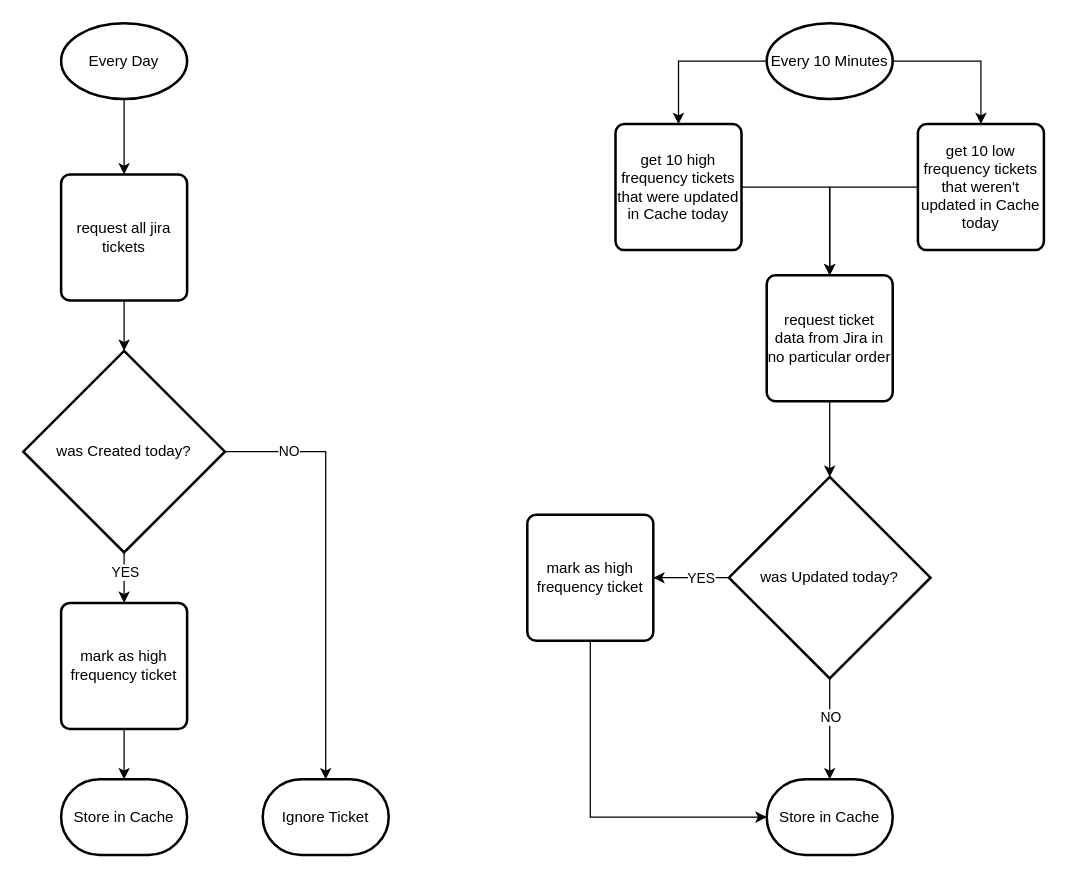
Skadisson/petrus keeps this draw.io diagram as src/JiraSync.drawio. Above is the earlier version. Source tidied: cells renumbered, new cells numbered last; positions are measured from the earlier drawing's top-left corner, leaving out a move shared by most shapes. Both pictures are drawn from the tidied source at 126%, with x=0, y=0 at pixel (23, 23).
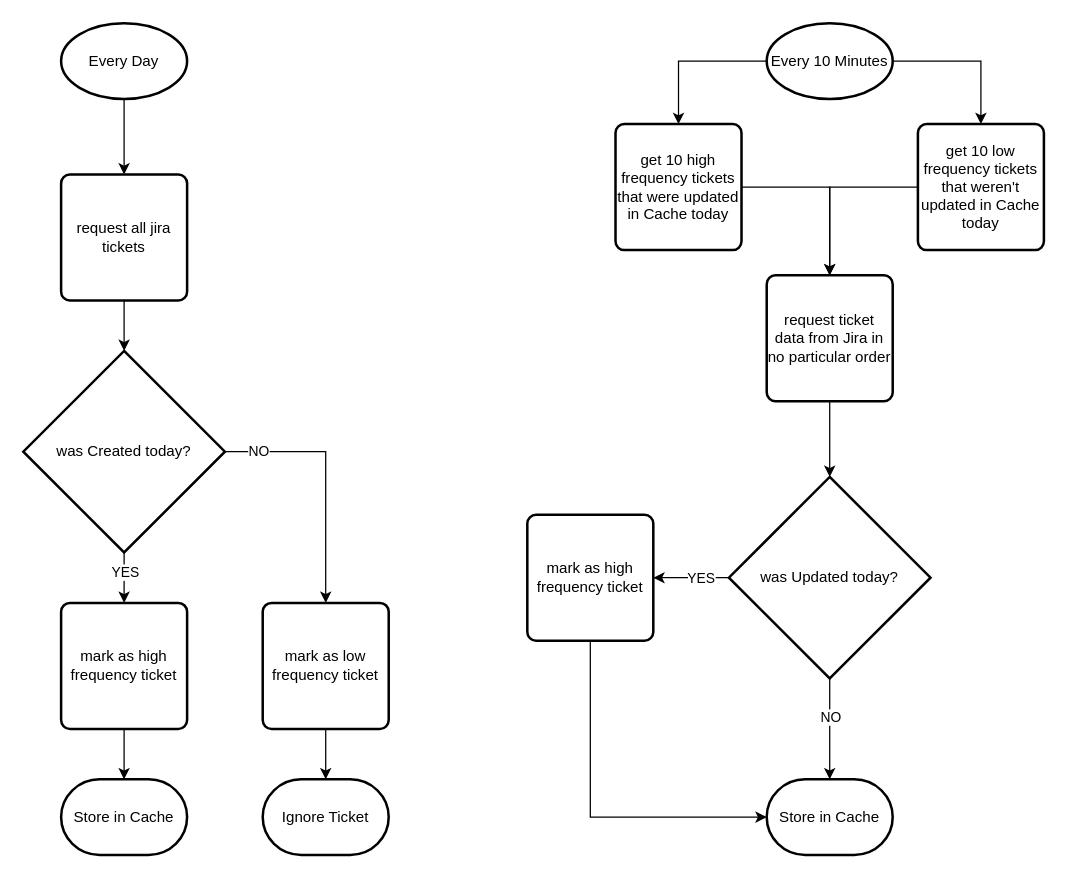
The same diagram, later.

Commit message (it also covers changes not shown here):
issues/52 - daily sync bugfix

Unchanged cells that the change refers to:
```xml
<mxCell id="27" value="was Created today?" style="strokeWidth=2;html=1;shape=mxgraph.flowchart.decision;whiteSpace=wrap;" parent="1" vertex="1">
  <mxGeometry y="260" width="160" height="160" as="geometry" />
</mxCell>
<mxCell id="30" value="Ignore Ticket" style="strokeWidth=2;html=1;shape=mxgraph.flowchart.terminator;whiteSpace=wrap;" parent="1" vertex="1">
  <mxGeometry x="190" y="600" width="100" height="60" as="geometry" />
</mxCell>
```

Change to the diagram source:
```diff
@@
-    <mxCell id="25" style="edgeStyle=orthogonalEdgeStyle;rounded=0;jettySize=auto;html=1;entryX=0.5;entryY=0;entryDx=0;entryDy=0;entryPerimeter=0;" parent="1" edge="1" source="27" target="30">
+    <mxCell id="25" style="edgeStyle=orthogonalEdgeStyle;rounded=0;jettySize=auto;html=1;entryX=0.5;entryY=0;entryDx=0;entryDy=0;entryPerimeter=0;" parent="1" edge="1" source="32" target="30">
       <mxGeometry relative="1" as="geometry" />
     </mxCell>
-    <mxCell id="26" value="NO" style="edgeLabel;html=1;align=center;verticalAlign=middle;" parent="25" vertex="1">
-      <mxGeometry x="0.24" y="1" relative="1" as="geometry">
-        <mxPoint x="-31" y="-132" as="offset" />
-      </mxGeometry>
-    </mxCell>
@@
+    <mxCell id="32" value="mark as low frequency ticket" style="rounded=1;whiteSpace=wrap;html=1;absoluteArcSize=1;arcSize=14;strokeWidth=2;" parent="1" vertex="1">
+      <mxGeometry x="190" y="460" width="100" height="100" as="geometry" />
+    </mxCell>
+    <mxCell id="33" style="edgeStyle=orthogonalEdgeStyle;rounded=0;jettySize=auto;html=1;entryX=0.5;entryY=0;entryDx=0;entryDy=0;entryPerimeter=0;" parent="1" edge="1" source="27" target="32">
+      <mxGeometry relative="1" as="geometry" />
+    </mxCell>
+    <mxCell id="26" value="NO" style="edgeLabel;html=1;align=center;verticalAlign=middle;" parent="33" vertex="1">
+      <mxGeometry x="-0.74" y="1" relative="1" as="geometry" />
+    </mxCell>
```
